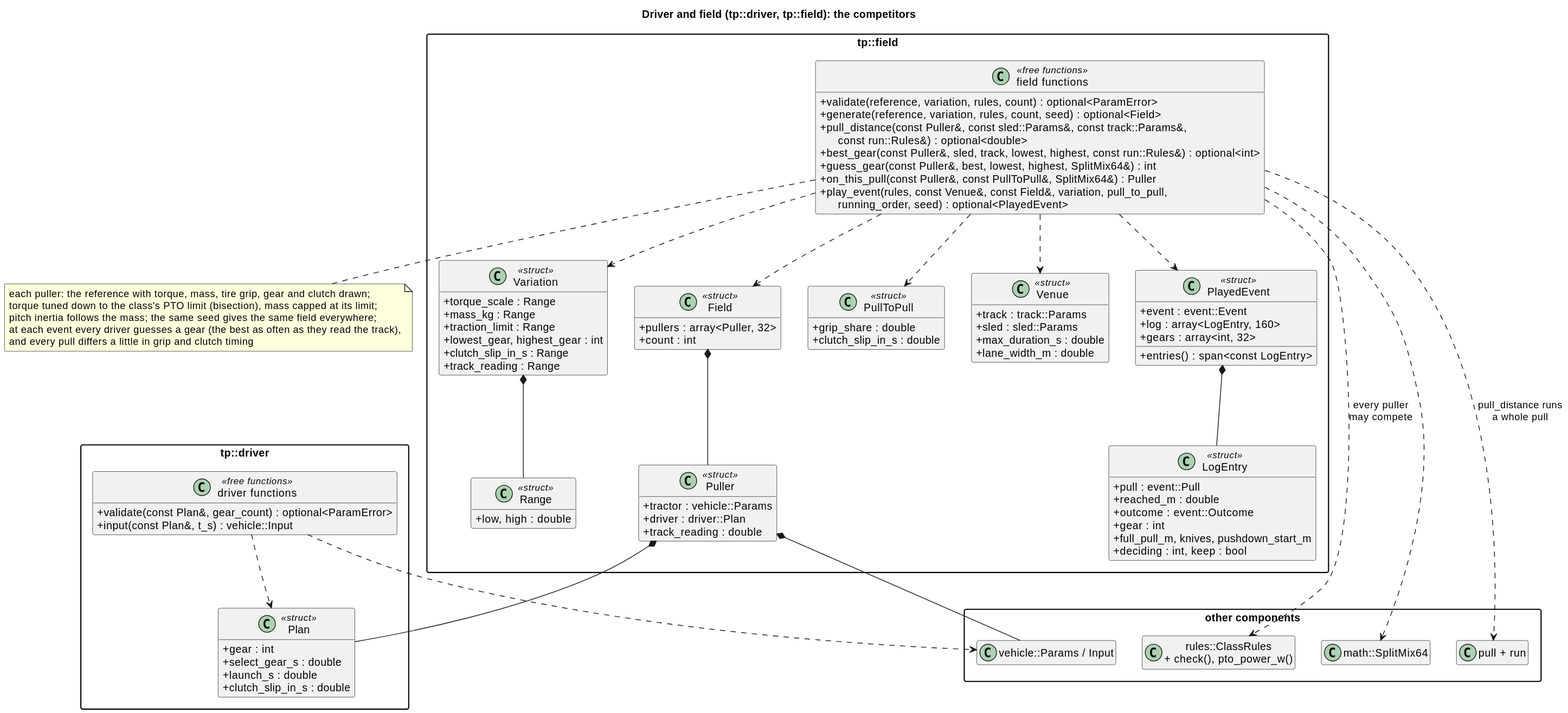
Before: docs/diagrams/svg/field_classes.svg, a diagram exported from PlantUML (wversteeg/TractorPulling).
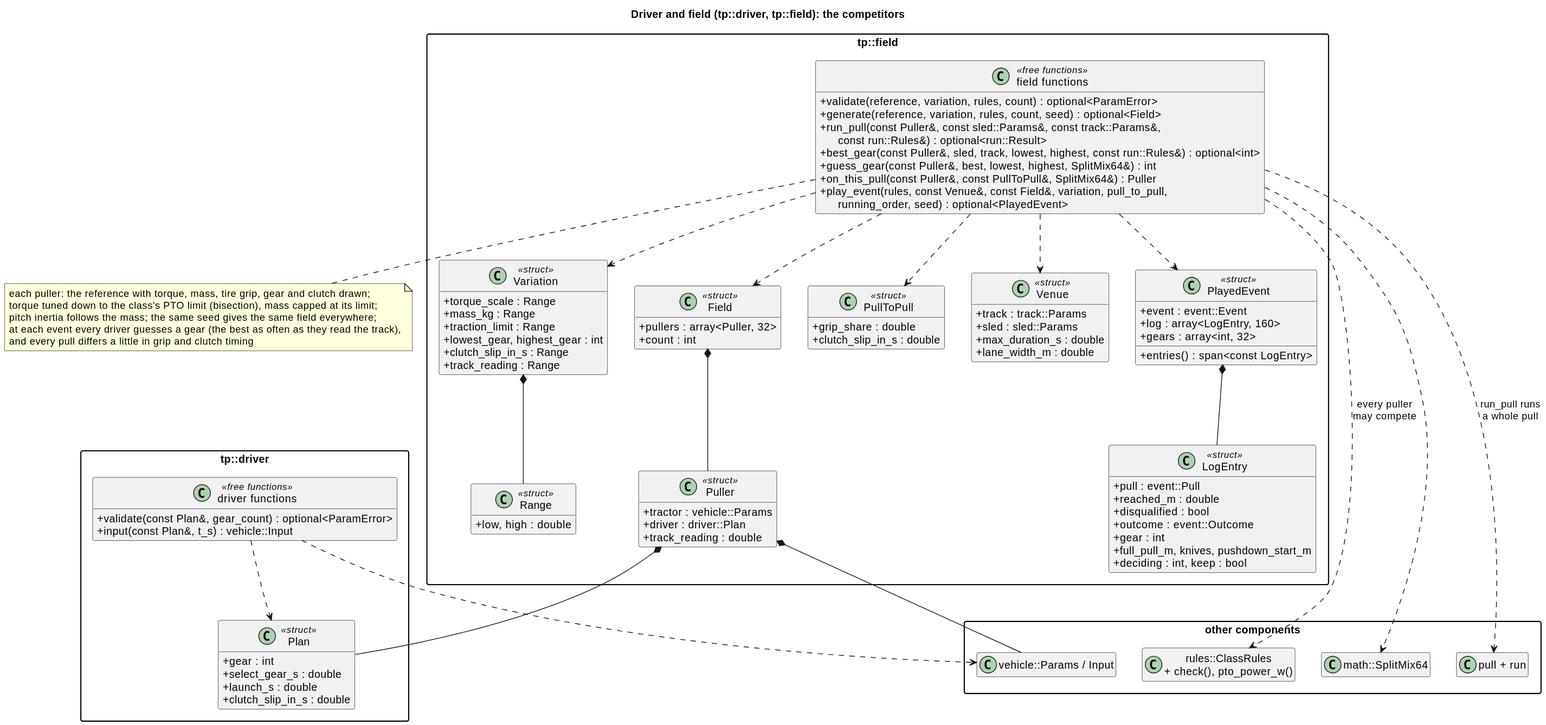
After the commit.

The edit, as a diff of the source:
```diff
@@ -44,6 +44,7 @@
   class LogEntry <<struct>> {
     +pull : event::Pull
     +reached_m : double
+    +disqualified : bool
     +outcome : event::Outcome
     +gear : int
     +full_pull_m, knives, pushdown_start_m
@@ -73,7 +74,7 @@
   class "field functions" as FieldFns <<free functions>> {
     +validate(reference, variation, rules, count) : optional<ParamError>
     +generate(reference, variation, rules, count, seed) : optional<Field>
-    +pull_distance(const Puller&, const sled::Params&, const track::Params&,\n      const run::Rules&) : optional<double>
+    +run_pull(const Puller&, const sled::Params&, const track::Params&,\n      const run::Rules&) : optional<run::Result>
     +best_gear(const Puller&, sled, track, lowest, highest, const run::Rules&) : optional<int>
     +guess_gear(const Puller&, best, lowest, highest, SplitMix64&) : int
     +on_this_pull(const Puller&, const PullToPull&, SplitMix64&) : Puller
@@ -93,7 +94,7 @@
 DriverFns ..> Vehicle
 FieldFns ..> Rules : every puller\nmay compete
 FieldFns ..> Random
-FieldFns ..> Run : pull_distance runs\na whole pull
+FieldFns ..> Run : run_pull runs\na whole pull
 note bottom of FieldFns
   each puller: the reference with torque, mass, tire grip, gear and clutch drawn;
   torque tuned down to the class's PTO limit (bisection), mass capped at its limit;
```
